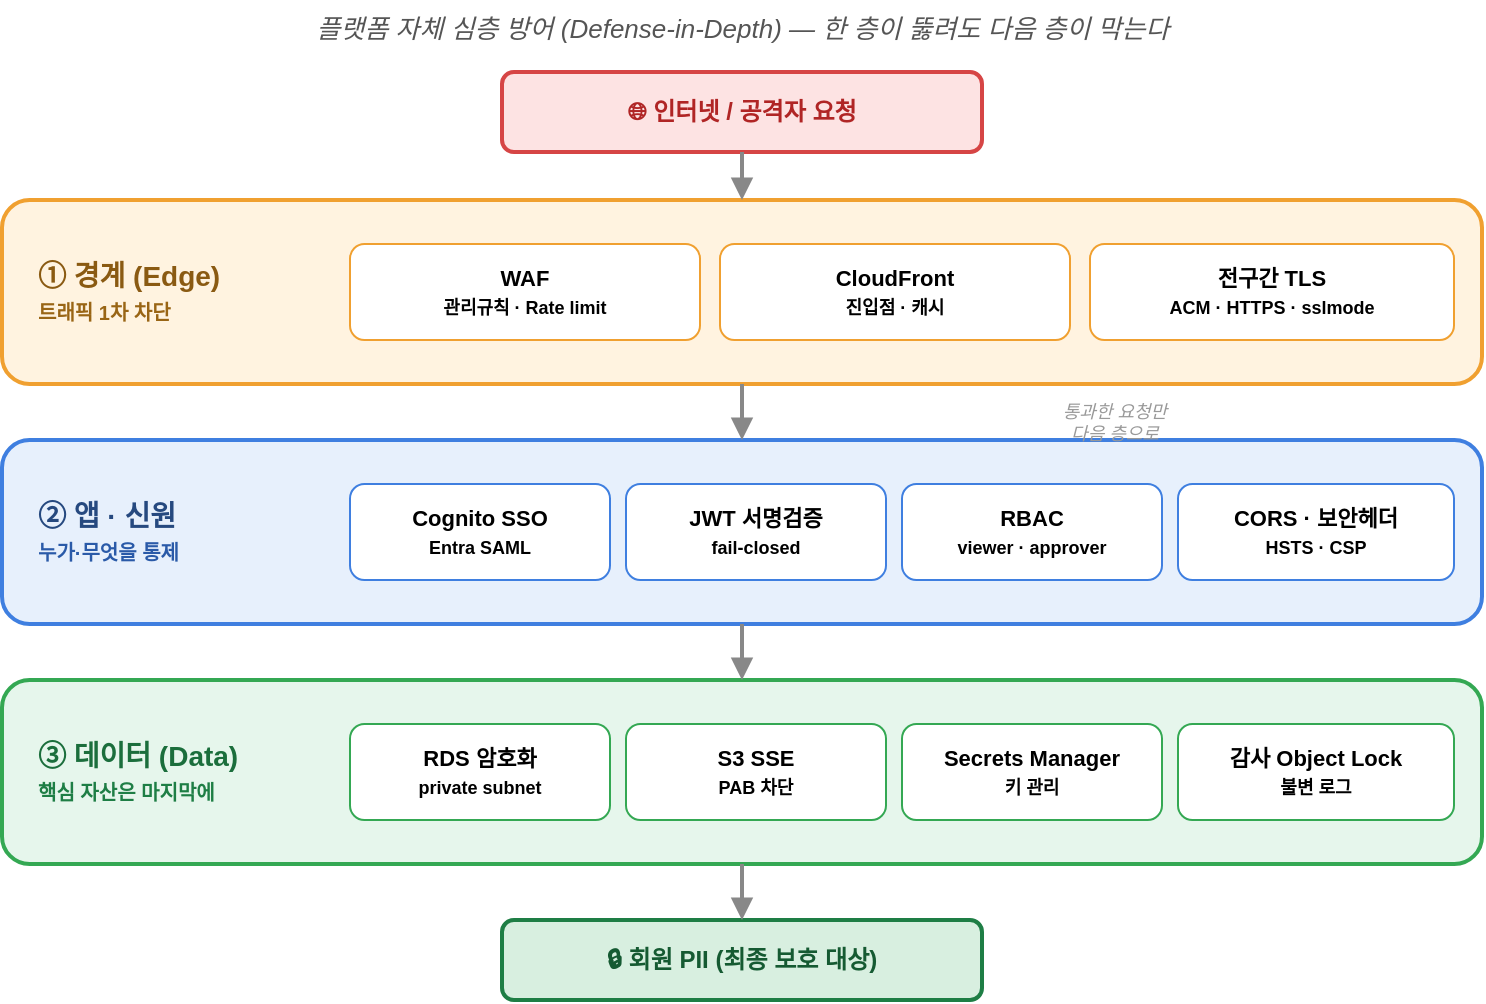
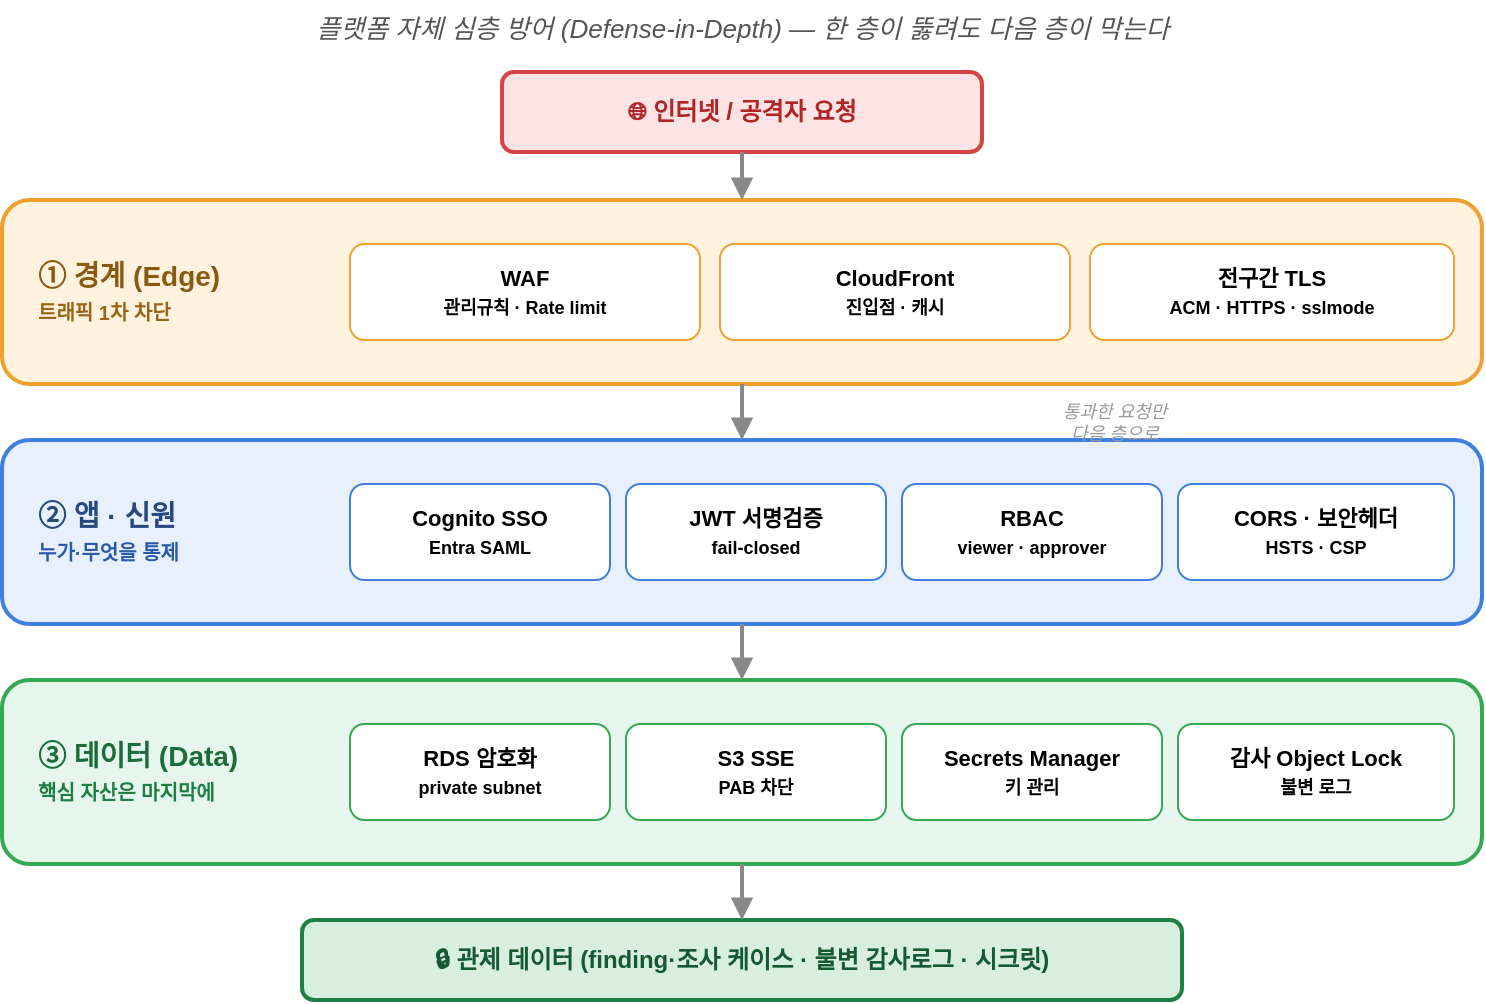
<mxfile host="app.diagrams.net">
  <diagram name="defense-in-depth" id="sec-did">
    <mxGraphModel dx="900" dy="600" grid="0" gridSize="10" guides="1" tooltips="1" connect="1" arrows="1" fold="1" page="1" pageScale="1" pageWidth="820" pageHeight="560" math="0" shadow="0">
      <root>
        <mxCell id="0" />
        <mxCell id="1" parent="0" />

        <mxCell id="sub" value="플랫폼 자체 심층 방어 (Defense-in-Depth) — 한 층이 뚫려도 다음 층이 막는다" style="text;html=1;align=center;fontSize=13;fontStyle=2;fontColor=#555555;" vertex="1" parent="1">
          <mxGeometry x="40" y="16" width="740" height="24" as="geometry" />
        </mxCell>

        <mxCell id="net" value="🌐  인터넷 / 공격자 요청" style="rounded=1;whiteSpace=wrap;html=1;fillColor=#FDE3E3;strokeColor=#D64545;strokeWidth=2;fontSize=12;fontStyle=1;fontColor=#B02525;" vertex="1" parent="1">
          <mxGeometry x="290" y="52" width="240" height="40" as="geometry" />
        </mxCell>

        <mxCell id="b1" value="" style="rounded=1;whiteSpace=wrap;html=1;fillColor=#FFF3E0;strokeColor=#F0A030;strokeWidth=2;" vertex="1" parent="1">
          <mxGeometry x="40" y="116" width="740" height="92" as="geometry" />
        </mxCell>
        <mxCell id="b1t" value="①  경계 (Edge)&lt;br&gt;&lt;span style=&quot;font-size:10px;color:#996515&quot;&gt;트래픽 1차 차단&lt;/span&gt;" style="text;html=1;align=left;verticalAlign=middle;fontSize=14;fontStyle=1;fontColor=#8A5A12;" vertex="1" parent="1">
          <mxGeometry x="56" y="128" width="150" height="68" as="geometry" />
        </mxCell>
        <mxCell id="b1c1" value="WAF&lt;br&gt;&lt;span style=&quot;font-size:9px&quot;&gt;관리규칙 · Rate limit&lt;/span&gt;" style="rounded=1;whiteSpace=wrap;html=1;fillColor=#FFFFFF;strokeColor=#F0A030;fontSize=11;fontStyle=1;" vertex="1" parent="1">
          <mxGeometry x="214" y="138" width="175" height="48" as="geometry" />
        </mxCell>
        <mxCell id="b1c2" value="CloudFront&lt;br&gt;&lt;span style=&quot;font-size:9px&quot;&gt;진입점 · 캐시&lt;/span&gt;" style="rounded=1;whiteSpace=wrap;html=1;fillColor=#FFFFFF;strokeColor=#F0A030;fontSize=11;fontStyle=1;" vertex="1" parent="1">
          <mxGeometry x="399" y="138" width="175" height="48" as="geometry" />
        </mxCell>
        <mxCell id="b1c3" value="전구간 TLS&lt;br&gt;&lt;span style=&quot;font-size:9px&quot;&gt;ACM · HTTPS · sslmode&lt;/span&gt;" style="rounded=1;whiteSpace=wrap;html=1;fillColor=#FFFFFF;strokeColor=#F0A030;fontSize=11;fontStyle=1;" vertex="1" parent="1">
          <mxGeometry x="584" y="138" width="182" height="48" as="geometry" />
        </mxCell>

        <mxCell id="b2" value="" style="rounded=1;whiteSpace=wrap;html=1;fillColor=#E7F0FC;strokeColor=#3F7FE0;strokeWidth=2;" vertex="1" parent="1">
          <mxGeometry x="40" y="236" width="740" height="92" as="geometry" />
        </mxCell>
        <mxCell id="b2t" value="②  앱 · 신원&lt;br&gt;&lt;span style=&quot;font-size:10px;color:#2A5AA8&quot;&gt;누가·무엇을 통제&lt;/span&gt;" style="text;html=1;align=left;verticalAlign=middle;fontSize=14;fontStyle=1;fontColor=#26497F;" vertex="1" parent="1">
          <mxGeometry x="56" y="248" width="150" height="68" as="geometry" />
        </mxCell>
        <mxCell id="b2c1" value="Cognito SSO&lt;br&gt;&lt;span style=&quot;font-size:9px&quot;&gt;Entra SAML&lt;/span&gt;" style="rounded=1;whiteSpace=wrap;html=1;fillColor=#FFFFFF;strokeColor=#3F7FE0;fontSize=11;fontStyle=1;" vertex="1" parent="1">
          <mxGeometry x="214" y="258" width="130" height="48" as="geometry" />
        </mxCell>
        <mxCell id="b2c2" value="JWT 서명검증&lt;br&gt;&lt;span style=&quot;font-size:9px&quot;&gt;fail-closed&lt;/span&gt;" style="rounded=1;whiteSpace=wrap;html=1;fillColor=#FFFFFF;strokeColor=#3F7FE0;fontSize=11;fontStyle=1;" vertex="1" parent="1">
          <mxGeometry x="352" y="258" width="130" height="48" as="geometry" />
        </mxCell>
        <mxCell id="b2c3" value="RBAC&lt;br&gt;&lt;span style=&quot;font-size:9px&quot;&gt;viewer · approver&lt;/span&gt;" style="rounded=1;whiteSpace=wrap;html=1;fillColor=#FFFFFF;strokeColor=#3F7FE0;fontSize=11;fontStyle=1;" vertex="1" parent="1">
          <mxGeometry x="490" y="258" width="130" height="48" as="geometry" />
        </mxCell>
        <mxCell id="b2c4" value="CORS · 보안헤더&lt;br&gt;&lt;span style=&quot;font-size:9px&quot;&gt;HSTS · CSP&lt;/span&gt;" style="rounded=1;whiteSpace=wrap;html=1;fillColor=#FFFFFF;strokeColor=#3F7FE0;fontSize=11;fontStyle=1;" vertex="1" parent="1">
          <mxGeometry x="628" y="258" width="138" height="48" as="geometry" />
        </mxCell>

        <mxCell id="b3" value="" style="rounded=1;whiteSpace=wrap;html=1;fillColor=#E6F6EC;strokeColor=#34A853;strokeWidth=2;" vertex="1" parent="1">
          <mxGeometry x="40" y="356" width="740" height="92" as="geometry" />
        </mxCell>
        <mxCell id="b3t" value="③  데이터 (Data)&lt;br&gt;&lt;span style=&quot;font-size:10px;color:#1E7E45&quot;&gt;핵심 자산은 마지막에&lt;/span&gt;" style="text;html=1;align=left;verticalAlign=middle;fontSize=14;fontStyle=1;fontColor=#1B6E3C;" vertex="1" parent="1">
          <mxGeometry x="56" y="368" width="150" height="68" as="geometry" />
        </mxCell>
        <mxCell id="b3c1" value="RDS 암호화&lt;br&gt;&lt;span style=&quot;font-size:9px&quot;&gt;private subnet&lt;/span&gt;" style="rounded=1;whiteSpace=wrap;html=1;fillColor=#FFFFFF;strokeColor=#34A853;fontSize=11;fontStyle=1;" vertex="1" parent="1">
          <mxGeometry x="214" y="378" width="130" height="48" as="geometry" />
        </mxCell>
        <mxCell id="b3c2" value="S3 SSE&lt;br&gt;&lt;span style=&quot;font-size:9px&quot;&gt;PAB 차단&lt;/span&gt;" style="rounded=1;whiteSpace=wrap;html=1;fillColor=#FFFFFF;strokeColor=#34A853;fontSize=11;fontStyle=1;" vertex="1" parent="1">
          <mxGeometry x="352" y="378" width="130" height="48" as="geometry" />
        </mxCell>
        <mxCell id="b3c3" value="Secrets Manager&lt;br&gt;&lt;span style=&quot;font-size:9px&quot;&gt;키 관리&lt;/span&gt;" style="rounded=1;whiteSpace=wrap;html=1;fillColor=#FFFFFF;strokeColor=#34A853;fontSize=11;fontStyle=1;" vertex="1" parent="1">
          <mxGeometry x="490" y="378" width="130" height="48" as="geometry" />
        </mxCell>
        <mxCell id="b3c4" value="감사 Object Lock&lt;br&gt;&lt;span style=&quot;font-size:9px&quot;&gt;불변 로그&lt;/span&gt;" style="rounded=1;whiteSpace=wrap;html=1;fillColor=#FFFFFF;strokeColor=#34A853;fontSize=11;fontStyle=1;" vertex="1" parent="1">
          <mxGeometry x="628" y="378" width="138" height="48" as="geometry" />
        </mxCell>

-         <mxCell id="pii" value="🔒  회원 PII (최종 보호 대상)" style="rounded=1;whiteSpace=wrap;html=1;fillColor=#D8EFE0;strokeColor=#1E7E45;strokeWidth=2;fontSize=12;fontStyle=1;fontColor=#155A32;" vertex="1" parent="1">
-           <mxGeometry x="290" y="476" width="240" height="40" as="geometry" />
+         <mxCell id="pii" value="🔒  관제 데이터 (finding·조사 케이스 · 불변 감사로그 · 시크릿)" style="rounded=1;whiteSpace=wrap;html=1;fillColor=#D8EFE0;strokeColor=#1E7E45;strokeWidth=2;fontSize=12;fontStyle=1;fontColor=#155A32;" vertex="1" parent="1">
+           <mxGeometry x="190" y="476" width="440" height="40" as="geometry" />
        </mxCell>

        <mxCell id="e1" style="endArrow=block;html=1;strokeColor=#888888;strokeWidth=2;exitX=0.5;exitY=1;entryX=0.5;entryY=0;" edge="1" parent="1" source="net" target="b1">
          <mxGeometry relative="1" as="geometry" />
        </mxCell>
        <mxCell id="e2" style="endArrow=block;html=1;strokeColor=#888888;strokeWidth=2;exitX=0.5;exitY=1;entryX=0.5;entryY=0;" edge="1" parent="1" source="b1" target="b2">
          <mxGeometry relative="1" as="geometry" />
        </mxCell>
        <mxCell id="e3" style="endArrow=block;html=1;strokeColor=#888888;strokeWidth=2;exitX=0.5;exitY=1;entryX=0.5;entryY=0;" edge="1" parent="1" source="b2" target="b3">
          <mxGeometry relative="1" as="geometry" />
        </mxCell>
        <mxCell id="e4" style="endArrow=block;html=1;strokeColor=#888888;strokeWidth=2;exitX=0.5;exitY=1;entryX=0.5;entryY=0;" edge="1" parent="1" source="b3" target="pii">
          <mxGeometry relative="1" as="geometry" />
        </mxCell>

        <mxCell id="flow" value="통과한 요청만&lt;br&gt;다음 층으로" style="text;html=1;align=center;fontSize=9;fontColor=#999999;fontStyle=2;" vertex="1" parent="1">
          <mxGeometry x="536" y="210" width="120" height="24" as="geometry" />
        </mxCell>
      </root>
    </mxGraphModel>
  </diagram>
</mxfile>
